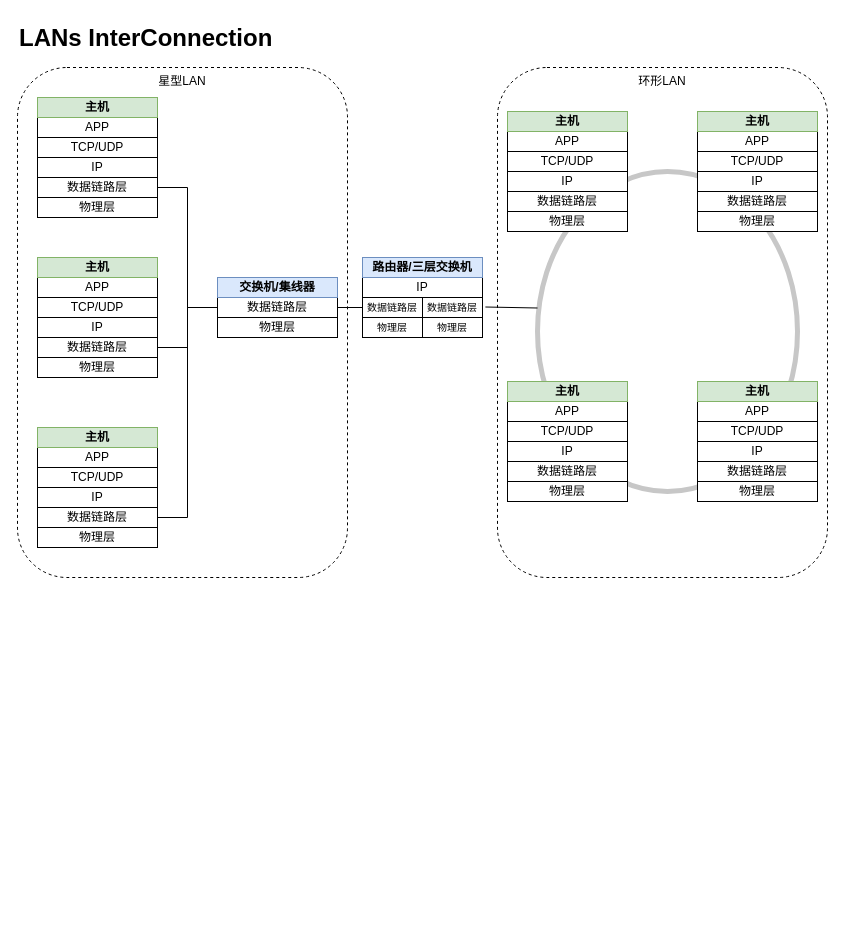
This is BankNetwork.drawio from anorqiu9/drawio, a draw.io file, before an edit. Source tidied: cells renumbered, new cells numbered last; positions are measured from the earlier drawing's top-left corner, leaving out a move shared by most shapes. Both pictures are drawn from the tidied source at 100%, with x=0, y=0 at pixel (17, 17).
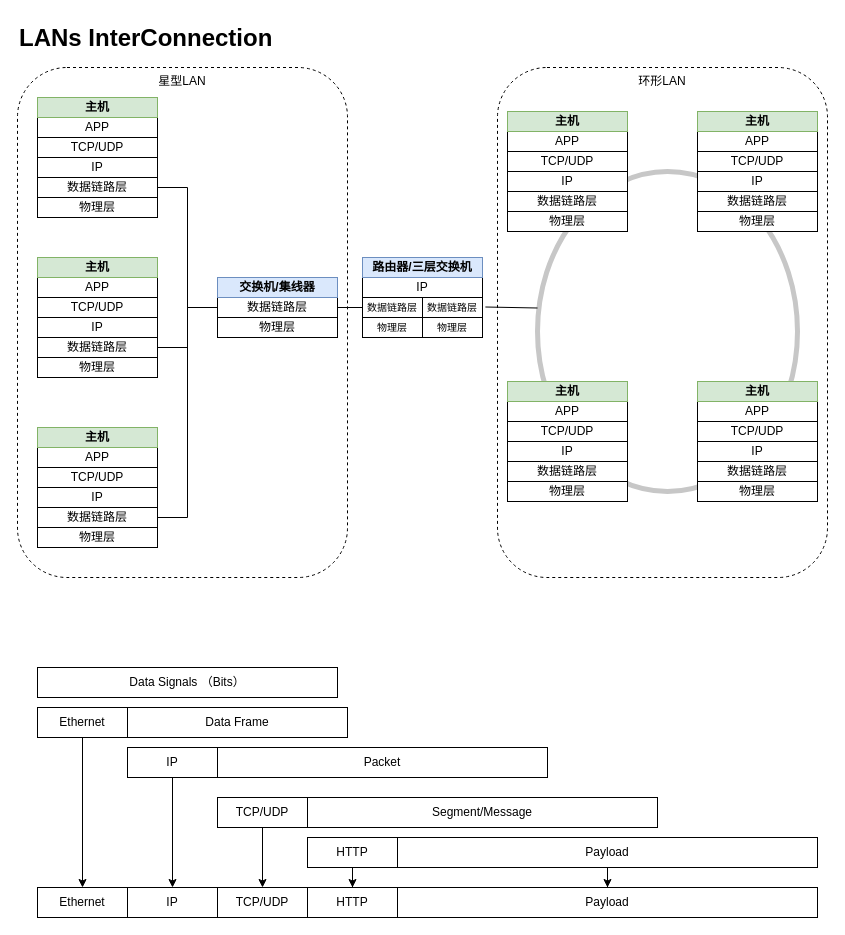
Above is the later version.

Diff of the diagram source:
```diff
@@
+    <mxCell id="68" style="edgeStyle=orthogonalEdgeStyle;rounded=0;jettySize=auto;html=1;" parent="1" edge="1" source="69" target="82">
+      <mxGeometry relative="1" as="geometry" />
+    </mxCell>
+    <mxCell id="69" value="Ethernet" style="rounded=0;whiteSpace=wrap;html=1;" parent="1" vertex="1">
+      <mxGeometry x="20" y="690" width="90" height="30" as="geometry" />
+    </mxCell>
+    <mxCell id="70" value="Data Frame" style="rounded=0;whiteSpace=wrap;html=1;" parent="1" vertex="1">
+      <mxGeometry x="110" y="690" width="220" height="30" as="geometry" />
+    </mxCell>
+    <mxCell id="71" style="edgeStyle=orthogonalEdgeStyle;rounded=0;jettySize=auto;html=1;entryX=0.5;entryY=0;entryDx=0;entryDy=0;" parent="1" edge="1" source="72" target="83">
+      <mxGeometry relative="1" as="geometry" />
+    </mxCell>
+    <mxCell id="72" value="IP" style="rounded=0;whiteSpace=wrap;html=1;" parent="1" vertex="1">
+      <mxGeometry x="110" y="730" width="90" height="30" as="geometry" />
+    </mxCell>
+    <mxCell id="73" value="Packet" style="rounded=0;whiteSpace=wrap;html=1;" parent="1" vertex="1">
+      <mxGeometry x="200" y="730" width="330" height="30" as="geometry" />
+    </mxCell>
+    <mxCell id="74" value="Data Signals （Bits）" style="rounded=0;whiteSpace=wrap;html=1;" parent="1" vertex="1">
+      <mxGeometry x="20" y="650" width="300" height="30" as="geometry" />
+    </mxCell>
+    <mxCell id="75" style="edgeStyle=orthogonalEdgeStyle;rounded=0;jettySize=auto;html=1;entryX=0.5;entryY=0;entryDx=0;entryDy=0;" parent="1" edge="1" source="76" target="84">
+      <mxGeometry relative="1" as="geometry" />
+    </mxCell>
+    <mxCell id="76" value="TCP/UDP" style="rounded=0;whiteSpace=wrap;html=1;" parent="1" vertex="1">
+      <mxGeometry x="200" y="780" width="90" height="30" as="geometry" />
+    </mxCell>
+    <mxCell id="77" value="Segment/Message" style="rounded=0;whiteSpace=wrap;html=1;" parent="1" vertex="1">
+      <mxGeometry x="290" y="780" width="350" height="30" as="geometry" />
+    </mxCell>
+    <mxCell id="78" style="edgeStyle=orthogonalEdgeStyle;rounded=0;jettySize=auto;html=1;" parent="1" edge="1" source="79" target="85">
+      <mxGeometry relative="1" as="geometry" />
+    </mxCell>
+    <mxCell id="79" value="HTTP" style="rounded=0;whiteSpace=wrap;html=1;" parent="1" vertex="1">
+      <mxGeometry x="290" y="820" width="90" height="30" as="geometry" />
+    </mxCell>
+    <mxCell id="80" style="edgeStyle=orthogonalEdgeStyle;rounded=0;jettySize=auto;html=1;" parent="1" edge="1" source="81" target="86">
+      <mxGeometry relative="1" as="geometry" />
+    </mxCell>
+    <mxCell id="81" value="Payload" style="rounded=0;whiteSpace=wrap;html=1;" parent="1" vertex="1">
+      <mxGeometry x="380" y="820" width="420" height="30" as="geometry" />
+    </mxCell>
+    <mxCell id="82" value="Ethernet" style="rounded=0;whiteSpace=wrap;html=1;" parent="1" vertex="1">
+      <mxGeometry x="20" y="870" width="90" height="30" as="geometry" />
+    </mxCell>
+    <mxCell id="83" value="IP" style="rounded=0;whiteSpace=wrap;html=1;" parent="1" vertex="1">
+      <mxGeometry x="110" y="870" width="90" height="30" as="geometry" />
+    </mxCell>
+    <mxCell id="84" value="TCP/UDP" style="rounded=0;whiteSpace=wrap;html=1;" parent="1" vertex="1">
+      <mxGeometry x="200" y="870" width="90" height="30" as="geometry" />
+    </mxCell>
+    <mxCell id="85" value="HTTP" style="rounded=0;whiteSpace=wrap;html=1;" parent="1" vertex="1">
+      <mxGeometry x="290" y="870" width="90" height="30" as="geometry" />
+    </mxCell>
+    <mxCell id="86" value="Payload" style="rounded=0;whiteSpace=wrap;html=1;" parent="1" vertex="1">
+      <mxGeometry x="380" y="870" width="420" height="30" as="geometry" />
+    </mxCell>
```
